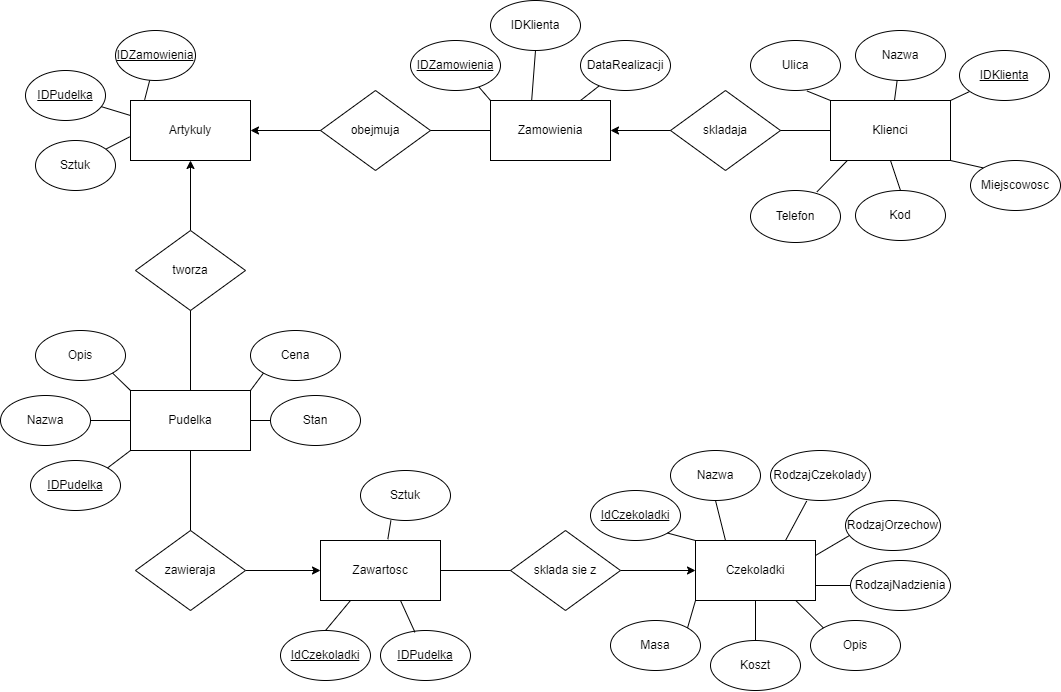
Before: cukiernia_model_ER.png, a diagram exported from draw.io (MateuszPajaczek/Bazy_danych). Source tidied: cells renumbered, new cells last; positions are measured from the earlier drawing's top-left corner, leaving out a move shared by most shapes. The source it was exported from:
```xml
<mxGraphModel background="#ffffff">
  <root>
    <mxCell id="0" />
    <mxCell id="1" parent="0" />
    <mxCell id="2" value="Artykuly" style="rounded=0;whiteSpace=wrap;html=1;" parent="1" vertex="1">
      <mxGeometry x="130" y="100" width="120" height="60" as="geometry" />
    </mxCell>
    <mxCell id="3" style="endArrow=none;html=1;rounded=0;exitX=0.118;exitY=-0.013;exitDx=0;exitDy=0;exitPerimeter=0;" parent="1" edge="1" source="2" target="4">
      <mxGeometry relative="1" as="geometry" />
    </mxCell>
    <mxCell id="4" value="&lt;u&gt;IDZamowienia&lt;/u&gt;" style="ellipse;whiteSpace=wrap;html=1;" parent="1" vertex="1">
      <mxGeometry x="115" y="30" width="80" height="50" as="geometry" />
    </mxCell>
    <mxCell id="5" style="endArrow=none;html=1;rounded=0;exitX=0;exitY=0.25;exitDx=0;exitDy=0;" parent="1" edge="1" source="2" target="6">
      <mxGeometry relative="1" as="geometry" />
    </mxCell>
    <mxCell id="6" value="&lt;u&gt;IDPudelka&lt;/u&gt;" style="ellipse;whiteSpace=wrap;html=1;" parent="1" vertex="1">
      <mxGeometry x="25" y="70" width="80" height="50" as="geometry" />
    </mxCell>
    <mxCell id="7" style="endArrow=none;html=1;rounded=0;exitX=-0.007;exitY=0.606;exitDx=0;exitDy=0;exitPerimeter=0;" parent="1" edge="1" source="2" target="8">
      <mxGeometry relative="1" as="geometry" />
    </mxCell>
    <mxCell id="8" value="Sztuk" style="ellipse;whiteSpace=wrap;html=1;" parent="1" vertex="1">
      <mxGeometry x="35" y="140" width="80" height="50" as="geometry" />
    </mxCell>
    <mxCell id="9" style="edgeStyle=orthogonalEdgeStyle;rounded=0;jettySize=auto;html=1;" parent="1" edge="1" source="10">
      <mxGeometry relative="1" as="geometry">
        <mxPoint x="320" y="130" as="targetPoint" />
      </mxGeometry>
    </mxCell>
    <mxCell id="10" value="Zamowienia" style="rounded=0;whiteSpace=wrap;html=1;" parent="1" vertex="1">
      <mxGeometry x="490" y="100" width="120" height="60" as="geometry" />
    </mxCell>
    <mxCell id="11" value="obejmuja" style="rhombus;whiteSpace=wrap;html=1;" parent="1" vertex="1">
      <mxGeometry x="320" y="90" width="110" height="80" as="geometry" />
    </mxCell>
    <mxCell id="12" style="endArrow=classic;html=1;rounded=0;exitX=0;exitY=0.5;exitDx=0;exitDy=0;entryX=1;entryY=0.5;entryDx=0;entryDy=0;" parent="1" edge="1" source="11" target="2">
      <mxGeometry relative="1" as="geometry" />
    </mxCell>
    <mxCell id="13" value="Klienci" style="rounded=0;whiteSpace=wrap;html=1;" parent="1" vertex="1">
      <mxGeometry x="830" y="100" width="120" height="60" as="geometry" />
    </mxCell>
    <mxCell id="14" value="skladaja" style="rhombus;whiteSpace=wrap;html=1;" parent="1" vertex="1">
      <mxGeometry x="670" y="90" width="110" height="80" as="geometry" />
    </mxCell>
    <mxCell id="15" style="endArrow=none;html=1;rounded=0;entryX=0;entryY=0.5;entryDx=0;entryDy=0;exitX=1;exitY=0.5;exitDx=0;exitDy=0;" parent="1" edge="1" source="14" target="13">
      <mxGeometry relative="1" as="geometry" />
    </mxCell>
    <mxCell id="16" style="endArrow=classic;html=1;rounded=0;exitX=0;exitY=0.5;exitDx=0;exitDy=0;entryX=1;entryY=0.5;entryDx=0;entryDy=0;" parent="1" edge="1" source="14" target="10">
      <mxGeometry relative="1" as="geometry" />
    </mxCell>
    <mxCell id="17" style="endArrow=none;html=1;rounded=0;entryX=0;entryY=0;entryDx=0;entryDy=0;exitX=0.628;exitY=1.01;exitDx=0;exitDy=0;exitPerimeter=0;" parent="1" edge="1" source="18" target="13">
      <mxGeometry relative="1" as="geometry" />
    </mxCell>
    <mxCell id="18" value="Ulica" style="ellipse;whiteSpace=wrap;html=1;" parent="1" vertex="1">
      <mxGeometry x="750" y="40" width="90" height="50" as="geometry" />
    </mxCell>
    <mxCell id="19" style="endArrow=none;html=1;rounded=0;" parent="1" edge="1" source="13" target="20">
      <mxGeometry relative="1" as="geometry" />
    </mxCell>
    <mxCell id="20" value="Nazwa" style="ellipse;whiteSpace=wrap;html=1;" parent="1" vertex="1">
      <mxGeometry x="855" y="30" width="90" height="50" as="geometry" />
    </mxCell>
    <mxCell id="21" style="endArrow=none;html=1;rounded=0;exitX=1;exitY=0;exitDx=0;exitDy=0;" parent="1" edge="1" source="13" target="22">
      <mxGeometry relative="1" as="geometry" />
    </mxCell>
    <mxCell id="22" value="&lt;u&gt;IDKlienta&lt;/u&gt;" style="ellipse;whiteSpace=wrap;html=1;" parent="1" vertex="1">
      <mxGeometry x="959" y="50" width="90" height="50" as="geometry" />
    </mxCell>
    <mxCell id="23" style="endArrow=none;html=1;rounded=0;entryX=1;entryY=1;entryDx=0;entryDy=0;exitX=0;exitY=0;exitDx=0;exitDy=0;" parent="1" edge="1" source="24" target="13">
      <mxGeometry relative="1" as="geometry" />
    </mxCell>
    <mxCell id="24" value="Miejscowosc" style="ellipse;whiteSpace=wrap;html=1;" parent="1" vertex="1">
      <mxGeometry x="970" y="160" width="90" height="50" as="geometry" />
    </mxCell>
    <mxCell id="25" style="endArrow=none;html=1;rounded=0;entryX=0.5;entryY=1;entryDx=0;entryDy=0;exitX=0.5;exitY=0;exitDx=0;exitDy=0;" parent="1" edge="1" source="26" target="13">
      <mxGeometry relative="1" as="geometry" />
    </mxCell>
    <mxCell id="26" value="Kod" style="ellipse;whiteSpace=wrap;html=1;" parent="1" vertex="1">
      <mxGeometry x="855" y="190" width="90" height="50" as="geometry" />
    </mxCell>
    <mxCell id="27" style="endArrow=none;html=1;rounded=0;entryX=0.136;entryY=1.009;entryDx=0;entryDy=0;entryPerimeter=0;exitX=0.739;exitY=0.025;exitDx=0;exitDy=0;exitPerimeter=0;" parent="1" edge="1" source="28" target="13">
      <mxGeometry relative="1" as="geometry" />
    </mxCell>
    <mxCell id="28" value="Telefon" style="ellipse;whiteSpace=wrap;html=1;" parent="1" vertex="1">
      <mxGeometry x="750" y="190" width="90" height="52" as="geometry" />
    </mxCell>
    <mxCell id="29" style="endArrow=none;html=1;rounded=0;entryX=0;entryY=0;entryDx=0;entryDy=0;exitX=0.754;exitY=0.917;exitDx=0;exitDy=0;exitPerimeter=0;" parent="1" edge="1" source="30" target="10">
      <mxGeometry relative="1" as="geometry" />
    </mxCell>
    <mxCell id="30" value="&lt;u&gt;IDZamowienia&lt;/u&gt;" style="ellipse;whiteSpace=wrap;html=1;" parent="1" vertex="1">
      <mxGeometry x="410" y="40" width="90" height="50" as="geometry" />
    </mxCell>
    <mxCell id="31" style="endArrow=none;html=1;rounded=0;entryX=0.343;entryY=0;entryDx=0;entryDy=0;entryPerimeter=0;exitX=0.5;exitY=1;exitDx=0;exitDy=0;" parent="1" edge="1" source="32" target="10">
      <mxGeometry relative="1" as="geometry" />
    </mxCell>
    <mxCell id="32" value="IDKlienta" style="ellipse;whiteSpace=wrap;html=1;" parent="1" vertex="1">
      <mxGeometry x="490" width="90" height="50" as="geometry" />
    </mxCell>
    <mxCell id="33" style="endArrow=none;html=1;rounded=0;entryX=0.75;entryY=0;entryDx=0;entryDy=0;" parent="1" edge="1" source="34" target="10">
      <mxGeometry relative="1" as="geometry" />
    </mxCell>
    <mxCell id="34" value="DataRealizacji" style="ellipse;whiteSpace=wrap;html=1;" parent="1" vertex="1">
      <mxGeometry x="580" y="40" width="90" height="50" as="geometry" />
    </mxCell>
    <mxCell id="35" style="edgeStyle=orthogonalEdgeStyle;rounded=0;jettySize=auto;html=1;exitX=0.5;exitY=0;exitDx=0;exitDy=0;entryX=0.5;entryY=1;entryDx=0;entryDy=0;" parent="1" edge="1" source="36" target="2">
      <mxGeometry relative="1" as="geometry" />
    </mxCell>
    <mxCell id="36" value="tworza" style="rhombus;whiteSpace=wrap;html=1;rounded=0;" parent="1" vertex="1">
      <mxGeometry x="135" y="230" width="110" height="80" as="geometry" />
    </mxCell>
    <mxCell id="37" value="Pudelka" style="whiteSpace=wrap;html=1;rounded=0;" parent="1" vertex="1">
      <mxGeometry x="130" y="390" width="120" height="60" as="geometry" />
    </mxCell>
    <mxCell id="38" style="endArrow=none;html=1;rounded=0;entryX=0.5;entryY=0;entryDx=0;entryDy=0;exitX=0.5;exitY=1;exitDx=0;exitDy=0;" parent="1" edge="1" source="36" target="37">
      <mxGeometry relative="1" as="geometry" />
    </mxCell>
    <mxCell id="39" style="edgeStyle=orthogonalEdgeStyle;rounded=0;jettySize=auto;html=1;" parent="1" edge="1" source="40" target="42">
      <mxGeometry relative="1" as="geometry" />
    </mxCell>
    <mxCell id="40" value="zawieraja" style="rhombus;whiteSpace=wrap;html=1;rounded=0;" parent="1" vertex="1">
      <mxGeometry x="135" y="530" width="110" height="80" as="geometry" />
    </mxCell>
    <mxCell id="41" style="endArrow=none;html=1;rounded=0;entryX=0.5;entryY=1;entryDx=0;entryDy=0;exitX=0.5;exitY=0;exitDx=0;exitDy=0;" parent="1" edge="1" source="40" target="37">
      <mxGeometry relative="1" as="geometry" />
    </mxCell>
    <mxCell id="42" value="Zawartosc" style="whiteSpace=wrap;html=1;rounded=0;" parent="1" vertex="1">
      <mxGeometry x="320" y="540" width="120" height="60" as="geometry" />
    </mxCell>
    <mxCell id="43" style="edgeStyle=orthogonalEdgeStyle;rounded=0;jettySize=auto;html=1;" parent="1" edge="1" source="44" target="45">
      <mxGeometry relative="1" as="geometry" />
    </mxCell>
    <mxCell id="44" value="sklada sie z" style="rhombus;whiteSpace=wrap;html=1;rounded=0;" parent="1" vertex="1">
      <mxGeometry x="510" y="530" width="110" height="80" as="geometry" />
    </mxCell>
    <mxCell id="45" value="Czekoladki" style="whiteSpace=wrap;html=1;rounded=0;" parent="1" vertex="1">
      <mxGeometry x="695" y="540" width="120" height="60" as="geometry" />
    </mxCell>
    <mxCell id="46" style="endArrow=none;html=1;rounded=0;entryX=0;entryY=0.5;entryDx=0;entryDy=0;exitX=1;exitY=0.5;exitDx=0;exitDy=0;" parent="1" edge="1" source="42" target="44">
      <mxGeometry relative="1" as="geometry" />
    </mxCell>
    <mxCell id="47" value="Nazwa" style="ellipse;whiteSpace=wrap;html=1;" parent="1" vertex="1">
      <mxGeometry y="395" width="90" height="50" as="geometry" />
    </mxCell>
    <mxCell id="48" value="Opis" style="ellipse;whiteSpace=wrap;html=1;" parent="1" vertex="1">
      <mxGeometry x="35" y="330" width="90" height="50" as="geometry" />
    </mxCell>
    <mxCell id="49" value="&lt;u&gt;IDPudelka&lt;/u&gt;" style="ellipse;whiteSpace=wrap;html=1;" parent="1" vertex="1">
      <mxGeometry x="30" y="460" width="90" height="50" as="geometry" />
    </mxCell>
    <mxCell id="50" value="Cena" style="ellipse;whiteSpace=wrap;html=1;" parent="1" vertex="1">
      <mxGeometry x="250" y="330" width="90" height="50" as="geometry" />
    </mxCell>
    <mxCell id="51" value="Stan" style="ellipse;whiteSpace=wrap;html=1;" parent="1" vertex="1">
      <mxGeometry x="270" y="395" width="90" height="50" as="geometry" />
    </mxCell>
    <mxCell id="52" style="endArrow=none;html=1;rounded=0;exitX=0;exitY=0;exitDx=0;exitDy=0;entryX=1;entryY=1;entryDx=0;entryDy=0;" parent="1" edge="1" source="37" target="48">
      <mxGeometry relative="1" as="geometry" />
    </mxCell>
    <mxCell id="53" style="endArrow=none;html=1;rounded=0;exitX=0;exitY=0.5;exitDx=0;exitDy=0;entryX=1;entryY=0.5;entryDx=0;entryDy=0;" parent="1" edge="1" source="37" target="47">
      <mxGeometry relative="1" as="geometry" />
    </mxCell>
    <mxCell id="54" style="endArrow=none;html=1;rounded=0;exitX=0;exitY=1;exitDx=0;exitDy=0;entryX=1;entryY=0;entryDx=0;entryDy=0;" parent="1" edge="1" source="37" target="49">
      <mxGeometry relative="1" as="geometry" />
    </mxCell>
    <mxCell id="55" style="endArrow=none;html=1;rounded=0;exitX=1;exitY=0;exitDx=0;exitDy=0;entryX=0;entryY=1;entryDx=0;entryDy=0;" parent="1" edge="1" source="37" target="50">
      <mxGeometry relative="1" as="geometry" />
    </mxCell>
    <mxCell id="56" style="endArrow=none;html=1;rounded=0;exitX=1;exitY=0.5;exitDx=0;exitDy=0;entryX=0;entryY=0.5;entryDx=0;entryDy=0;" parent="1" edge="1" source="37" target="51">
      <mxGeometry relative="1" as="geometry" />
    </mxCell>
    <mxCell id="57" value="Sztuk" style="ellipse;whiteSpace=wrap;html=1;" parent="1" vertex="1">
      <mxGeometry x="360" y="470" width="90" height="50" as="geometry" />
    </mxCell>
    <mxCell id="58" value="&lt;u&gt;IDPudelka&lt;/u&gt;" style="ellipse;whiteSpace=wrap;html=1;" parent="1" vertex="1">
      <mxGeometry x="380" y="630" width="90" height="50" as="geometry" />
    </mxCell>
    <mxCell id="59" value="&lt;u&gt;IdCzekoladki&lt;/u&gt;" style="ellipse;whiteSpace=wrap;html=1;" parent="1" vertex="1">
      <mxGeometry x="280" y="630" width="90" height="50" as="geometry" />
    </mxCell>
    <mxCell id="60" value="&lt;u&gt;IdCzekoladki&lt;/u&gt;" style="ellipse;whiteSpace=wrap;html=1;" parent="1" vertex="1">
      <mxGeometry x="590" y="490" width="90" height="50" as="geometry" />
    </mxCell>
    <mxCell id="61" value="Nazwa" style="ellipse;whiteSpace=wrap;html=1;" parent="1" vertex="1">
      <mxGeometry x="670" y="450" width="90" height="50" as="geometry" />
    </mxCell>
    <mxCell id="62" value="RodzajCzekolady" style="ellipse;whiteSpace=wrap;html=1;" parent="1" vertex="1">
      <mxGeometry x="770" y="450" width="100" height="50" as="geometry" />
    </mxCell>
    <mxCell id="63" value="RodzajOrzechow" style="ellipse;whiteSpace=wrap;html=1;" parent="1" vertex="1">
      <mxGeometry x="845" y="500" width="95" height="50" as="geometry" />
    </mxCell>
    <mxCell id="64" value="RodzajNadzienia" style="ellipse;whiteSpace=wrap;html=1;" parent="1" vertex="1">
      <mxGeometry x="850" y="560" width="100" height="50" as="geometry" />
    </mxCell>
    <mxCell id="65" value="Opis" style="ellipse;whiteSpace=wrap;html=1;" parent="1" vertex="1">
      <mxGeometry x="810" y="620" width="90" height="50" as="geometry" />
    </mxCell>
    <mxCell id="66" value="Koszt" style="ellipse;whiteSpace=wrap;html=1;" parent="1" vertex="1">
      <mxGeometry x="710" y="640" width="90" height="50" as="geometry" />
    </mxCell>
    <mxCell id="67" value="Masa" style="ellipse;whiteSpace=wrap;html=1;" parent="1" vertex="1">
      <mxGeometry x="610" y="620" width="90" height="50" as="geometry" />
    </mxCell>
    <mxCell id="68" style="endArrow=none;html=1;rounded=0;exitX=0.561;exitY=-0.022;exitDx=0;exitDy=0;entryX=0.338;entryY=1;entryDx=0;entryDy=0;entryPerimeter=0;startArrow=none;exitPerimeter=0;" parent="1" edge="1" source="42" target="57">
      <mxGeometry relative="1" as="geometry" />
    </mxCell>
    <mxCell id="69" style="endArrow=none;html=1;rounded=0;exitX=0.25;exitY=1;exitDx=0;exitDy=0;entryX=0.5;entryY=0;entryDx=0;entryDy=0;" parent="1" edge="1" source="42" target="59">
      <mxGeometry relative="1" as="geometry" />
    </mxCell>
    <mxCell id="70" style="endArrow=none;html=1;rounded=0;entryX=0.383;entryY=0.035;entryDx=0;entryDy=0;entryPerimeter=0;" parent="1" edge="1" target="58">
      <mxGeometry relative="1" as="geometry">
        <mxPoint x="400" y="600" as="sourcePoint" />
      </mxGeometry>
    </mxCell>
    <mxCell id="71" style="endArrow=none;html=1;rounded=0;exitX=0;exitY=0;exitDx=0;exitDy=0;entryX=1;entryY=1;entryDx=0;entryDy=0;" parent="1" edge="1" source="45" target="60">
      <mxGeometry relative="1" as="geometry" />
    </mxCell>
    <mxCell id="72" style="endArrow=none;html=1;rounded=0;exitX=0.25;exitY=0;exitDx=0;exitDy=0;entryX=0.5;entryY=1;entryDx=0;entryDy=0;" parent="1" edge="1" source="45" target="61">
      <mxGeometry relative="1" as="geometry" />
    </mxCell>
    <mxCell id="73" style="endArrow=none;html=1;rounded=0;exitX=0.75;exitY=0;exitDx=0;exitDy=0;entryX=0.362;entryY=1.011;entryDx=0;entryDy=0;entryPerimeter=0;" parent="1" edge="1" source="45" target="62">
      <mxGeometry relative="1" as="geometry" />
    </mxCell>
    <mxCell id="74" style="endArrow=none;html=1;rounded=0;entryX=0.034;entryY=0.709;entryDx=0;entryDy=0;entryPerimeter=0;exitX=1;exitY=0.25;exitDx=0;exitDy=0;" parent="1" edge="1" source="45" target="63">
      <mxGeometry relative="1" as="geometry" />
    </mxCell>
    <mxCell id="75" style="endArrow=none;html=1;rounded=0;exitX=1;exitY=0.75;exitDx=0;exitDy=0;entryX=0;entryY=0.5;entryDx=0;entryDy=0;" parent="1" edge="1" source="45" target="64">
      <mxGeometry relative="1" as="geometry" />
    </mxCell>
    <mxCell id="76" style="endArrow=none;html=1;rounded=0;exitX=0;exitY=1;exitDx=0;exitDy=0;entryX=1;entryY=0;entryDx=0;entryDy=0;" parent="1" edge="1" source="45" target="67">
      <mxGeometry relative="1" as="geometry" />
    </mxCell>
    <mxCell id="77" style="endArrow=none;html=1;rounded=0;exitX=0.5;exitY=1;exitDx=0;exitDy=0;entryX=0.5;entryY=0;entryDx=0;entryDy=0;" parent="1" edge="1" source="45" target="66">
      <mxGeometry relative="1" as="geometry" />
    </mxCell>
    <mxCell id="78" style="endArrow=none;html=1;rounded=0;exitX=0.837;exitY=1.003;exitDx=0;exitDy=0;exitPerimeter=0;entryX=0;entryY=0;entryDx=0;entryDy=0;" parent="1" edge="1" source="45" target="65">
      <mxGeometry relative="1" as="geometry" />
    </mxCell>
  </root>
</mxGraphModel>
```
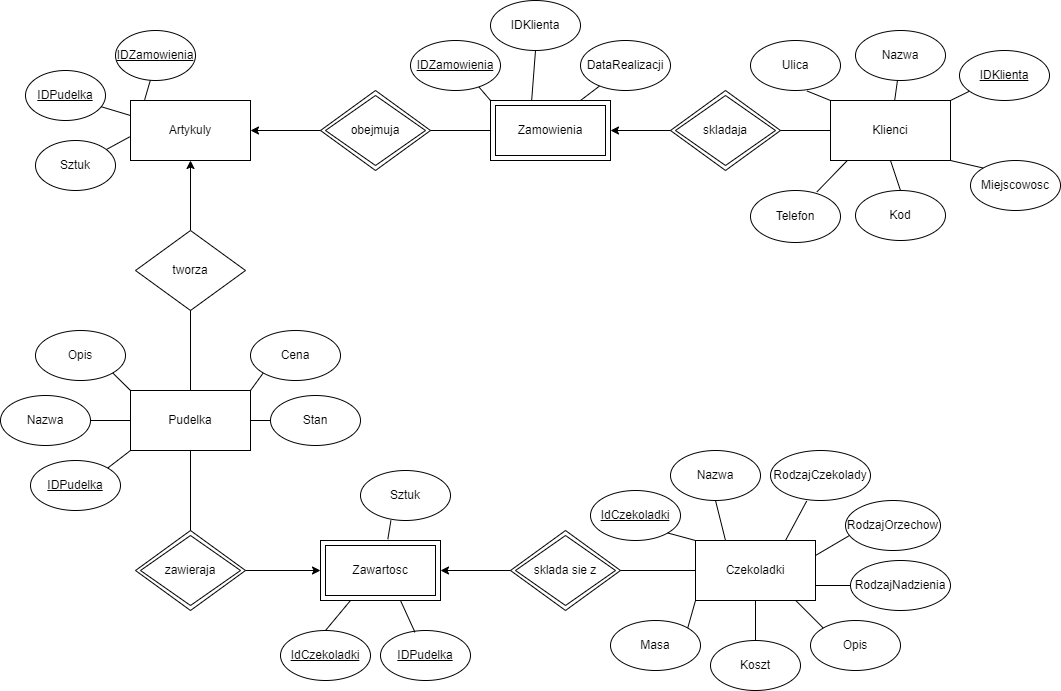
After the commit.

Commit message:
Dodaje schemat cukierni z vertabelo i poprawiony model ER

The edit, as a diff of the source:
```diff
@@ -127,7 +127,7 @@
     <mxCell id="42" value="Zawartosc" style="whiteSpace=wrap;html=1;rounded=0;" parent="1" vertex="1">
       <mxGeometry x="320" y="540" width="120" height="60" as="geometry" />
     </mxCell>
-    <mxCell id="43" style="edgeStyle=orthogonalEdgeStyle;rounded=0;jettySize=auto;html=1;" parent="1" edge="1" source="44" target="45">
+    <mxCell id="43" style="edgeStyle=orthogonalEdgeStyle;rounded=0;jettySize=auto;html=1;entryX=1;entryY=0.5;entryDx=0;entryDy=0;" parent="1" edge="1" source="44" target="42">
       <mxGeometry relative="1" as="geometry" />
     </mxCell>
     <mxCell id="44" value="sklada sie z" style="rhombus;whiteSpace=wrap;html=1;rounded=0;" parent="1" vertex="1">
@@ -136,9 +136,6 @@
     <mxCell id="45" value="Czekoladki" style="whiteSpace=wrap;html=1;rounded=0;" parent="1" vertex="1">
       <mxGeometry x="695" y="540" width="120" height="60" as="geometry" />
     </mxCell>
-    <mxCell id="46" style="endArrow=none;html=1;rounded=0;entryX=0;entryY=0.5;entryDx=0;entryDy=0;exitX=1;exitY=0.5;exitDx=0;exitDy=0;" parent="1" edge="1" source="42" target="44">
-      <mxGeometry relative="1" as="geometry" />
-    </mxCell>
     <mxCell id="47" value="Nazwa" style="ellipse;whiteSpace=wrap;html=1;" parent="1" vertex="1">
       <mxGeometry y="395" width="90" height="50" as="geometry" />
     </mxCell>
@@ -237,5 +234,26 @@
     <mxCell id="78" style="endArrow=none;html=1;rounded=0;exitX=0.837;exitY=1.003;exitDx=0;exitDy=0;exitPerimeter=0;entryX=0;entryY=0;entryDx=0;entryDy=0;" parent="1" edge="1" source="45" target="65">
       <mxGeometry relative="1" as="geometry" />
     </mxCell>
+    <mxCell id="79" style="rounded=0;whiteSpace=wrap;html=1;fillColor=none;" parent="1" vertex="1">
+      <mxGeometry x="325" y="545" width="110" height="50" as="geometry" />
+    </mxCell>
+    <mxCell id="80" style="rounded=0;whiteSpace=wrap;html=1;fillColor=none;" parent="1" vertex="1">
+      <mxGeometry x="495" y="105" width="110" height="50" as="geometry" />
+    </mxCell>
+    <mxCell id="81" style="rhombus;whiteSpace=wrap;html=1;fillColor=none;" parent="1" vertex="1">
+      <mxGeometry x="325" y="95" width="100" height="70" as="geometry" />
+    </mxCell>
+    <mxCell id="82" style="rhombus;whiteSpace=wrap;html=1;fillColor=none;" parent="1" vertex="1">
+      <mxGeometry x="515" y="535" width="100" height="70" as="geometry" />
+    </mxCell>
+    <mxCell id="83" style="rhombus;whiteSpace=wrap;html=1;fillColor=none;" parent="1" vertex="1">
+      <mxGeometry x="675" y="95" width="100" height="70" as="geometry" />
+    </mxCell>
+    <mxCell id="84" style="rhombus;whiteSpace=wrap;html=1;fillColor=none;" parent="1" vertex="1">
+      <mxGeometry x="140" y="535" width="100" height="70" as="geometry" />
+    </mxCell>
+    <mxCell id="85" style="endArrow=none;html=1;rounded=0;exitX=1;exitY=0.5;exitDx=0;exitDy=0;entryX=0;entryY=0.5;entryDx=0;entryDy=0;" parent="1" edge="1" source="44" target="45">
+      <mxGeometry relative="1" as="geometry" />
+    </mxCell>
   </root>
 </mxGraphModel>
```
